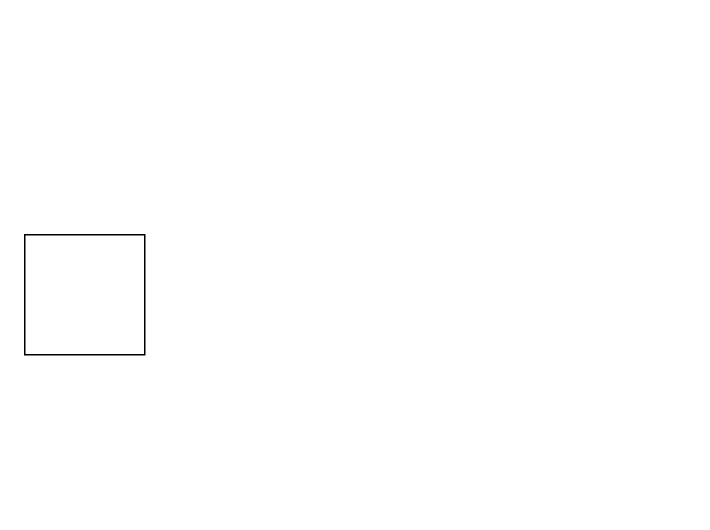
Above: media/drawio_test_4.drawio in df595149790/df595149790.github.io (draw.io), before the change. Source tidied: cells renumbered, new cells numbered last; positions are measured from the earlier drawing's top-left corner, leaving out a move shared by most shapes. Both pictures are drawn from the tidied source at 150%, with x=0, y=0 at pixel (24, 234).
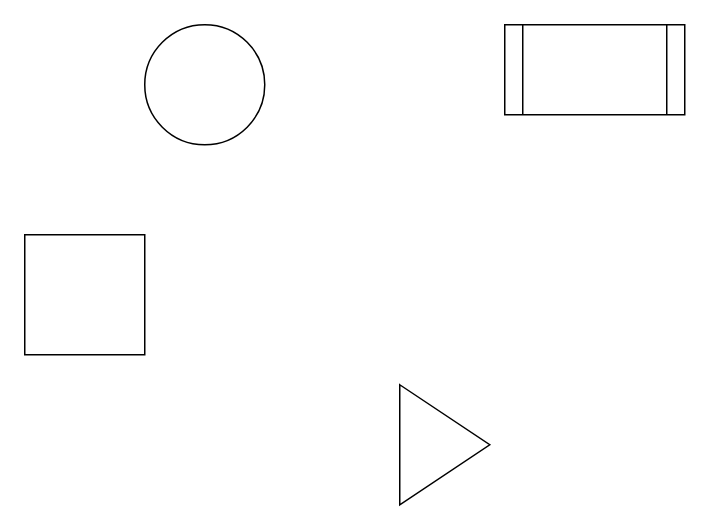
The same diagram, later.

The edit, as a diff of the source:
```diff
@@
 <mxGraphModel>
   <root>
     <mxCell id="0" />
     <mxCell id="1" parent="0" />
     <mxCell id="2" style="whiteSpace=wrap;html=1;" parent="1" vertex="1">
       <mxGeometry width="80" height="80" as="geometry" />
     </mxCell>
+    <mxCell id="3" style="ellipse;whiteSpace=wrap;html=1;" parent="1" vertex="1">
+      <mxGeometry x="80" y="-140" width="80" height="80" as="geometry" />
+    </mxCell>
+    <mxCell id="4" style="shape=process;whiteSpace=wrap;html=1;backgroundOutline=1;" parent="1" vertex="1">
+      <mxGeometry x="320" y="-140" width="120" height="60" as="geometry" />
+    </mxCell>
+    <mxCell id="5" style="triangle;whiteSpace=wrap;html=1;" parent="1" vertex="1">
+      <mxGeometry x="250" y="100" width="60" height="80" as="geometry" />
+    </mxCell>
   </root>
 </mxGraphModel>
```
